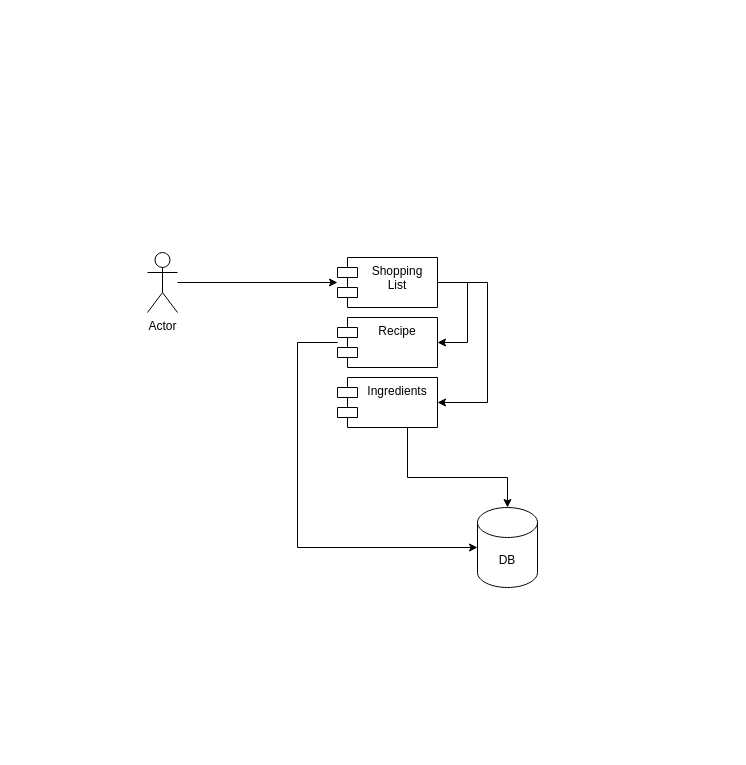
Before: Architecture/General_Architecture.drawio in Uhgtred/Recipe_Shopping_List, a draw.io diagram. Source tidied: cells renumbered, new cells numbered last; positions are measured from the earlier drawing's top-left corner, leaving out a move shared by most shapes. Both pictures are drawn from the tidied source at 100%, with x=0, y=0 at pixel (147, 252).
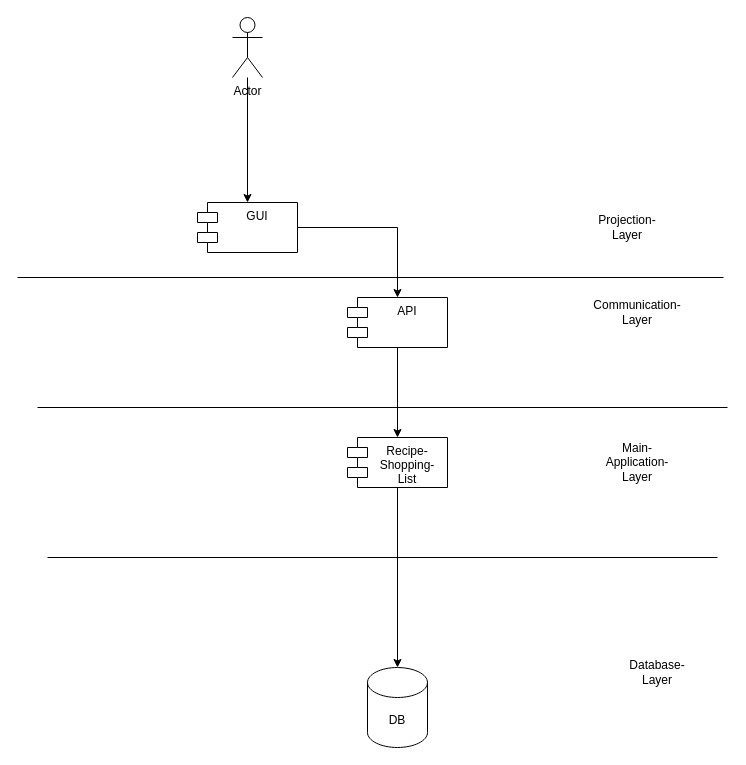
After the change.

Commit message:
Redesigning the context-view. Development will be started from scratch again.

Diff of the diagram source:
```diff
@@
     <mxCell id="2" value="DB" style="shape=cylinder3;whiteSpace=wrap;html=1;boundedLbl=1;backgroundOutline=1;size=15;" parent="1" vertex="1">
-      <mxGeometry x="330" y="255" width="60" height="80" as="geometry" />
+      <mxGeometry x="220" y="415" width="60" height="80" as="geometry" />
     </mxCell>
-    <mxCell id="3" style="edgeStyle=orthogonalEdgeStyle;rounded=0;jettySize=auto;html=1;" parent="1" edge="1" source="4" target="9">
-      <mxGeometry relative="1" as="geometry" />
-    </mxCell>
+    <mxCell id="12" style="edgeStyle=orthogonalEdgeStyle;rounded=0;jettySize=auto;html=1;" parent="1" edge="1" source="4" target="16">
+      <mxGeometry relative="1" as="geometry" />
+    </mxCell>
     <mxCell id="4" value="Actor" style="shape=umlActor;verticalLabelPosition=bottom;verticalAlign=top;html=1;outlineConnect=0;" parent="1" vertex="1">
-      <mxGeometry width="30" height="60" as="geometry" />
+      <mxGeometry x="85" y="-235" width="30" height="60" as="geometry" />
     </mxCell>
+    <mxCell id="13" style="edgeStyle=orthogonalEdgeStyle;rounded=0;jettySize=auto;html=1;" parent="1" edge="1" source="9" target="2">
+      <mxGeometry relative="1" as="geometry" />
+    </mxCell>
+    <mxCell id="9" value="Recipe-&#10;Shopping-&#10;List" style="shape=module;align=left;spacingLeft=20;align=center;verticalAlign=top;" parent="1" vertex="1">
+      <mxGeometry x="200" y="185" width="100" height="50" as="geometry" />
+    </mxCell>
+    <mxCell id="14" style="edgeStyle=orthogonalEdgeStyle;rounded=0;jettySize=auto;html=1;" parent="1" edge="1" source="5" target="9">
+      <mxGeometry relative="1" as="geometry" />
+    </mxCell>
-    <mxCell id="5" style="edgeStyle=orthogonalEdgeStyle;rounded=0;jettySize=auto;html=1;" parent="1" edge="1" source="6" target="2">
-      <mxGeometry relative="1" as="geometry">
-        <Array as="points">
-          <mxPoint x="150" y="90" />
-          <mxPoint x="150" y="295" />
-        </Array>
-      </mxGeometry>
+    <mxCell id="5" value="API" style="shape=module;align=left;spacingLeft=20;align=center;verticalAlign=top;whiteSpace=wrap;html=1;" parent="1" vertex="1">
+      <mxGeometry x="200" y="45" width="100" height="50" as="geometry" />
     </mxCell>
-    <mxCell id="6" value="Recipe" style="shape=module;align=left;spacingLeft=20;align=center;verticalAlign=top;" parent="1" vertex="1">
-      <mxGeometry x="190" y="65" width="100" height="50" as="geometry" />
-    </mxCell>
-    <mxCell id="7" style="edgeStyle=orthogonalEdgeStyle;rounded=0;jettySize=auto;html=1;entryX=1;entryY=0.5;entryDx=0;entryDy=0;" parent="1" edge="1" source="9" target="11">
-      <mxGeometry relative="1" as="geometry">
-        <Array as="points">
-          <mxPoint x="340" y="30" />
-          <mxPoint x="340" y="150" />
-        </Array>
-      </mxGeometry>
-    </mxCell>
-    <mxCell id="8" style="edgeStyle=orthogonalEdgeStyle;rounded=0;jettySize=auto;html=1;" parent="1" edge="1" source="9" target="6">
-      <mxGeometry relative="1" as="geometry">
-        <Array as="points">
-          <mxPoint x="320" y="30" />
-          <mxPoint x="320" y="90" />
-        </Array>
-      </mxGeometry>
-    </mxCell>
-    <mxCell id="9" value="Shopping&#10;List" style="shape=module;align=left;spacingLeft=20;align=center;verticalAlign=top;" parent="1" vertex="1">
-      <mxGeometry x="190" y="5" width="100" height="50" as="geometry" />
-    </mxCell>
-    <mxCell id="10" style="edgeStyle=orthogonalEdgeStyle;rounded=0;jettySize=auto;html=1;entryX=0.5;entryY=0;entryDx=0;entryDy=0;entryPerimeter=0;" parent="1" edge="1" source="11" target="2">
-      <mxGeometry relative="1" as="geometry">
-        <Array as="points">
-          <mxPoint x="260" y="225" />
-          <mxPoint x="360" y="225" />
-        </Array>
-      </mxGeometry>
-    </mxCell>
-    <mxCell id="11" value="Ingredients" style="shape=module;align=left;spacingLeft=20;align=center;verticalAlign=top;" parent="1" vertex="1">
-      <mxGeometry x="190" y="125" width="100" height="50" as="geometry" />
-    </mxCell>
+    <mxCell id="15" style="edgeStyle=orthogonalEdgeStyle;rounded=0;jettySize=auto;html=1;" parent="1" edge="1" source="16" target="5">
+      <mxGeometry relative="1" as="geometry" />
+    </mxCell>
+    <mxCell id="16" value="GUI" style="shape=module;align=left;spacingLeft=20;align=center;verticalAlign=top;whiteSpace=wrap;html=1;" parent="1" vertex="1">
+      <mxGeometry x="50" y="-50" width="100" height="50" as="geometry" />
+    </mxCell>
+    <mxCell id="17" style="endArrow=none;html=1;rounded=0;" parent="1" edge="1">
+      <mxGeometry relative="1" as="geometry">
+        <mxPoint x="-130" y="25" as="sourcePoint" />
+        <mxPoint x="576" y="25" as="targetPoint" />
+      </mxGeometry>
+    </mxCell>
+    <mxCell id="18" value="Projection-&lt;br&gt;Layer" style="text;html=1;strokeColor=none;fillColor=none;align=center;verticalAlign=middle;whiteSpace=wrap;rounded=0;" parent="1" vertex="1">
+      <mxGeometry x="450" y="-40" width="60" height="30" as="geometry" />
+    </mxCell>
+    <mxCell id="19" value="Communication-&lt;br&gt;Layer" style="text;html=1;strokeColor=none;fillColor=none;align=center;verticalAlign=middle;whiteSpace=wrap;rounded=0;" parent="1" vertex="1">
+      <mxGeometry x="460" y="45" width="60" height="30" as="geometry" />
+    </mxCell>
+    <mxCell id="20" style="endArrow=none;html=1;rounded=0;" parent="1" edge="1">
+      <mxGeometry relative="1" as="geometry">
+        <mxPoint x="-110" y="155" as="sourcePoint" />
+        <mxPoint x="580" y="155" as="targetPoint" />
+      </mxGeometry>
+    </mxCell>
+    <mxCell id="21" value="Main-&lt;br&gt;Application-&lt;br&gt;Layer" style="text;html=1;strokeColor=none;fillColor=none;align=center;verticalAlign=middle;whiteSpace=wrap;rounded=0;" parent="1" vertex="1">
+      <mxGeometry x="460" y="195" width="60" height="30" as="geometry" />
+    </mxCell>
+    <mxCell id="22" style="endArrow=none;html=1;rounded=0;" parent="1" edge="1">
+      <mxGeometry relative="1" as="geometry">
+        <mxPoint x="-100" y="305" as="sourcePoint" />
+        <mxPoint x="570" y="305" as="targetPoint" />
+      </mxGeometry>
+    </mxCell>
+    <mxCell id="23" value="Database-&lt;br&gt;Layer" style="text;html=1;strokeColor=none;fillColor=none;align=center;verticalAlign=middle;whiteSpace=wrap;rounded=0;" parent="1" vertex="1">
+      <mxGeometry x="480" y="405" width="60" height="30" as="geometry" />
+    </mxCell>
```
